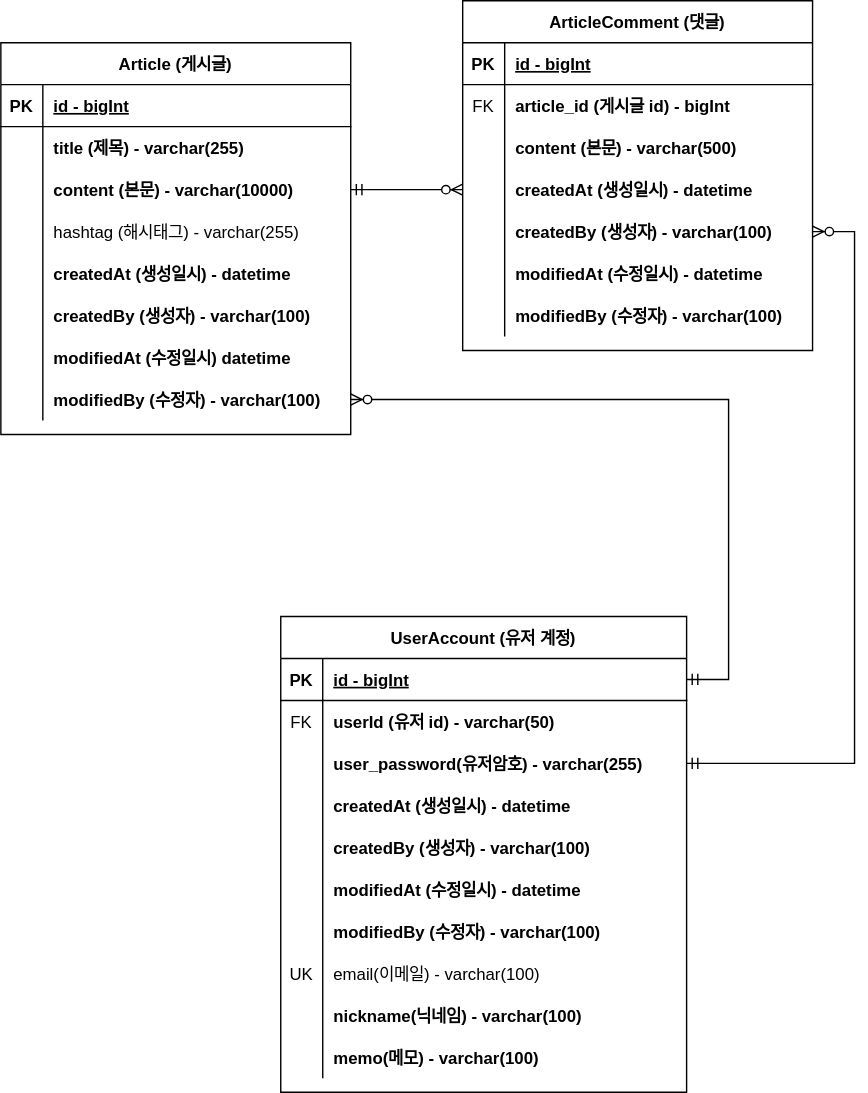
kangdaelyeol/fc-project keeps this draw.io diagram as document/project-board-erd.drawio.svg. Above is the earlier version. Source tidied: cells renumbered, new cells last; positions are measured from the earlier drawing's top-left corner, leaving out a move shared by most shapes.
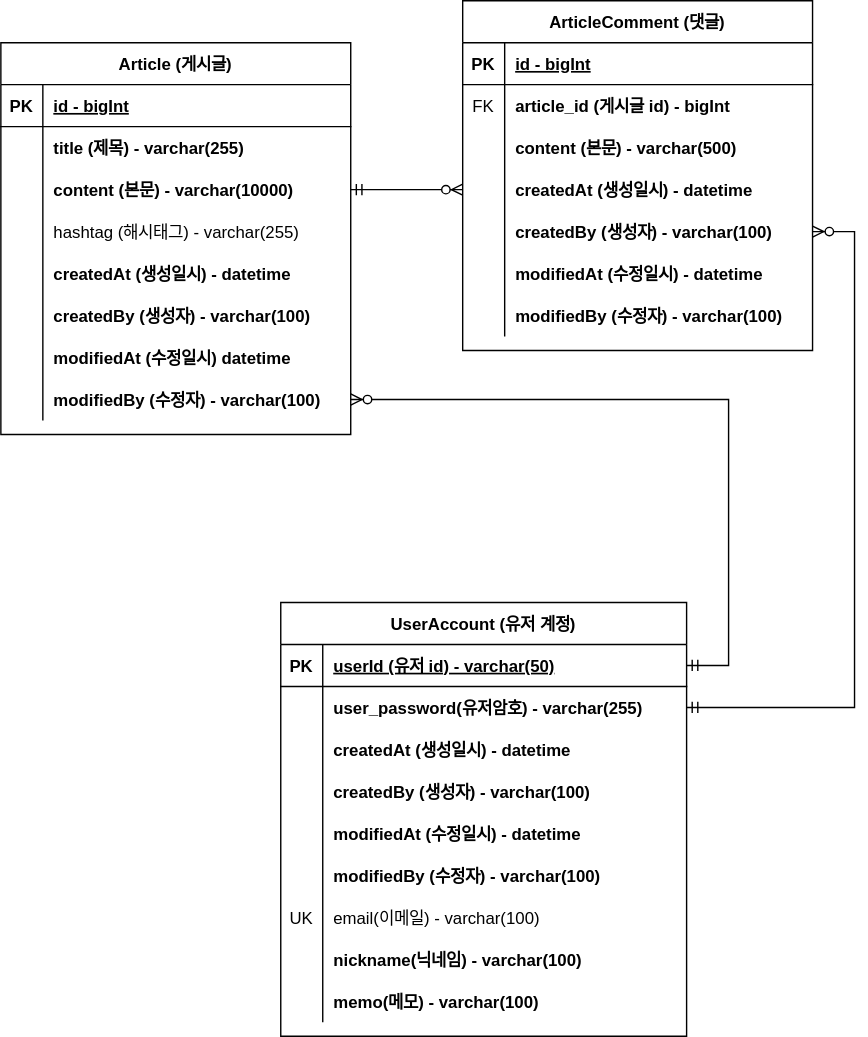
Above is the later version.

Commit message:
#37 - ERD 문서 수정: 회원 계정 user_id를 PK로 변경

What changed in the source:
```diff
@@ -146,8 +146,23 @@
     <mxCell id="49" style="edgeStyle=entityRelationEdgeStyle;fontSize=12;html=1;endArrow=ERzeroToMany;startArrow=ERmandOne;rounded=0;exitX=1;exitY=0.5;exitDx=0;exitDy=0;entryX=0;entryY=0.5;entryDx=0;entryDy=0;" parent="1" edge="1" source="31" target="12">
       <mxGeometry relative="1" as="geometry" />
     </mxCell>
+    <mxCell id="81" style="edgeStyle=entityRelationEdgeStyle;fontSize=12;html=1;endArrow=ERzeroToMany;startArrow=ERmandOne;rounded=0;" parent="1" edge="1" source="51" target="46">
+      <mxGeometry relative="1" as="geometry" />
+    </mxCell>
+    <mxCell id="82" style="edgeStyle=entityRelationEdgeStyle;fontSize=12;html=1;endArrow=ERzeroToMany;startArrow=ERmandOne;rounded=0;" parent="1" edge="1" source="57" target="15">
+      <mxGeometry relative="1" as="geometry">
+        <Array as="points">
+          <mxPoint x="270" y="330" />
+          <mxPoint x="160" y="450" />
+          <mxPoint x="280" y="330" />
+          <mxPoint x="290" y="250" />
+          <mxPoint x="280" y="240" />
+          <mxPoint x="270" y="170" />
+        </Array>
+      </mxGeometry>
+    </mxCell>
     <mxCell id="50" value="UserAccount (유저 계정)" style="shape=table;startSize=30;rowLines=0;fontStyle=1;align=center;" parent="1" vertex="1">
-      <mxGeometry x="200" y="440" width="290" height="340" as="geometry" />
+      <mxGeometry x="200" y="430" width="290" height="310" as="geometry" />
     </mxCell>
     <mxCell id="51" style="shape=partialRectangle;fillColor=none;points=[[0,0.5],[1,0.5]];portConstraint=eastwest;top=0;left=0;right=0;bottom=1;" parent="50" vertex="1">
       <mxGeometry y="30" width="290" height="30" as="geometry" />
@@ -155,20 +170,11 @@
     <mxCell id="52" value="PK" style="shape=partialRectangle;overflow=hidden;fillColor=none;top=0;left=0;bottom=0;right=0;fontStyle=1;" parent="51" vertex="1">
       <mxGeometry width="30" height="30" as="geometry" />
     </mxCell>
-    <mxCell id="53" value="id - bigInt" style="shape=partialRectangle;overflow=hidden;fillColor=none;top=0;left=0;bottom=0;right=0;align=left;spacingLeft=6;fontStyle=5;" parent="51" vertex="1">
+    <mxCell id="53" value="userId (유저 id) - varchar(50)" style="shape=partialRectangle;overflow=hidden;fillColor=none;top=0;left=0;bottom=0;right=0;align=left;spacingLeft=6;fontStyle=5;" parent="51" vertex="1">
       <mxGeometry x="30" width="260" height="30" as="geometry" />
     </mxCell>
-    <mxCell id="54" style="shape=partialRectangle;fillColor=none;top=0;left=0;right=0;bottom=0;" parent="50" vertex="1">
-      <mxGeometry y="60" width="290" height="30" as="geometry" />
-    </mxCell>
-    <mxCell id="55" value="FK" style="shape=partialRectangle;overflow=hidden;fillColor=none;top=0;left=0;bottom=0;right=0;" parent="54" vertex="1">
-      <mxGeometry width="30" height="30" as="geometry" />
-    </mxCell>
-    <mxCell id="56" value="userId (유저 id) - varchar(50)" style="shape=partialRectangle;overflow=hidden;fillColor=none;top=0;left=0;bottom=0;right=0;align=left;spacingLeft=6;fontStyle=1;" parent="54" vertex="1">
-      <mxGeometry x="30" width="260" height="30" as="geometry" />
-    </mxCell>
     <mxCell id="57" style="shape=partialRectangle;fillColor=none;points=[[0,0.5],[1,0.5]];portConstraint=eastwest;top=0;left=0;right=0;bottom=0;" parent="50" vertex="1">
-      <mxGeometry y="90" width="290" height="30" as="geometry" />
+      <mxGeometry y="60" width="290" height="30" as="geometry" />
     </mxCell>
     <mxCell id="58" style="shape=partialRectangle;overflow=hidden;fillColor=none;top=0;left=0;bottom=0;right=0;" parent="57" vertex="1">
       <mxGeometry width="30" height="30" as="geometry" />
@@ -177,7 +183,7 @@
       <mxGeometry x="30" width="260" height="30" as="geometry" />
     </mxCell>
     <mxCell id="60" style="shape=partialRectangle;fillColor=none;top=0;left=0;right=0;bottom=0;" parent="50" vertex="1">
-      <mxGeometry y="120" width="290" height="30" as="geometry" />
+      <mxGeometry y="90" width="290" height="30" as="geometry" />
     </mxCell>
     <mxCell id="61" style="shape=partialRectangle;overflow=hidden;fillColor=none;top=0;left=0;bottom=0;right=0;" parent="60" vertex="1">
       <mxGeometry width="30" height="30" as="geometry" />
@@ -186,7 +192,7 @@
       <mxGeometry x="30" width="260" height="30" as="geometry" />
     </mxCell>
     <mxCell id="63" style="shape=partialRectangle;fillColor=none;top=0;left=0;right=0;bottom=0;" parent="50" vertex="1">
-      <mxGeometry y="150" width="290" height="30" as="geometry" />
+      <mxGeometry y="120" width="290" height="30" as="geometry" />
     </mxCell>
     <mxCell id="64" style="shape=partialRectangle;overflow=hidden;fillColor=none;top=0;left=0;bottom=0;right=0;" parent="63" vertex="1">
       <mxGeometry width="30" height="30" as="geometry" />
@@ -195,7 +201,7 @@
       <mxGeometry x="30" width="260" height="30" as="geometry" />
     </mxCell>
     <mxCell id="66" style="shape=partialRectangle;fillColor=none;top=0;left=0;right=0;bottom=0;" parent="50" vertex="1">
-      <mxGeometry y="180" width="290" height="30" as="geometry" />
+      <mxGeometry y="150" width="290" height="30" as="geometry" />
     </mxCell>
     <mxCell id="67" style="shape=partialRectangle;overflow=hidden;fillColor=none;top=0;left=0;bottom=0;right=0;" parent="66" vertex="1">
       <mxGeometry width="30" height="30" as="geometry" />
@@ -204,7 +210,7 @@
       <mxGeometry x="30" width="260" height="30" as="geometry" />
     </mxCell>
     <mxCell id="69" style="shape=partialRectangle;fillColor=none;top=0;left=0;right=0;bottom=0;" parent="50" vertex="1">
-      <mxGeometry y="210" width="290" height="30" as="geometry" />
+      <mxGeometry y="180" width="290" height="30" as="geometry" />
     </mxCell>
     <mxCell id="70" style="shape=partialRectangle;overflow=hidden;fillColor=none;top=0;left=0;bottom=0;right=0;" parent="69" vertex="1">
       <mxGeometry width="30" height="30" as="geometry" />
@@ -213,7 +219,7 @@
       <mxGeometry x="30" width="260" height="30" as="geometry" />
     </mxCell>
     <mxCell id="72" style="shape=partialRectangle;fillColor=none;top=0;left=0;right=0;bottom=0;" parent="50" vertex="1">
-      <mxGeometry y="240" width="290" height="30" as="geometry" />
+      <mxGeometry y="210" width="290" height="30" as="geometry" />
     </mxCell>
     <mxCell id="73" value="UK" style="shape=partialRectangle;overflow=hidden;fillColor=none;top=0;left=0;bottom=0;right=0;" parent="72" vertex="1">
       <mxGeometry width="30" height="30" as="geometry" />
@@ -222,7 +228,7 @@
       <mxGeometry x="30" width="260" height="30" as="geometry" />
     </mxCell>
     <mxCell id="75" style="shape=partialRectangle;fillColor=none;top=0;left=0;right=0;bottom=0;" parent="50" vertex="1">
-      <mxGeometry y="270" width="290" height="30" as="geometry" />
+      <mxGeometry y="240" width="290" height="30" as="geometry" />
     </mxCell>
     <mxCell id="76" style="shape=partialRectangle;overflow=hidden;fillColor=none;top=0;left=0;bottom=0;right=0;" parent="75" vertex="1">
       <mxGeometry width="30" height="30" as="geometry" />
@@ -231,7 +237,7 @@
       <mxGeometry x="30" width="260" height="30" as="geometry" />
     </mxCell>
     <mxCell id="78" style="shape=partialRectangle;fillColor=none;top=0;left=0;right=0;bottom=0;" parent="50" vertex="1">
-      <mxGeometry y="300" width="290" height="30" as="geometry" />
+      <mxGeometry y="270" width="290" height="30" as="geometry" />
     </mxCell>
     <mxCell id="79" style="shape=partialRectangle;overflow=hidden;fillColor=none;top=0;left=0;bottom=0;right=0;" parent="78" vertex="1">
       <mxGeometry width="30" height="30" as="geometry" />
@@ -239,20 +245,5 @@
     <mxCell id="80" value="memo(메모) - varchar(100)" style="shape=partialRectangle;overflow=hidden;fillColor=none;top=0;left=0;bottom=0;right=0;align=left;spacingLeft=6;fontStyle=1;" parent="78" vertex="1">
       <mxGeometry x="30" width="260" height="30" as="geometry" />
     </mxCell>
-    <mxCell id="81" style="edgeStyle=entityRelationEdgeStyle;fontSize=12;html=1;endArrow=ERzeroToMany;startArrow=ERmandOne;rounded=0;" parent="1" edge="1" source="51" target="46">
-      <mxGeometry relative="1" as="geometry" />
-    </mxCell>
-    <mxCell id="82" style="edgeStyle=entityRelationEdgeStyle;fontSize=12;html=1;endArrow=ERzeroToMany;startArrow=ERmandOne;rounded=0;" parent="1" edge="1" source="57" target="15">
-      <mxGeometry relative="1" as="geometry">
-        <Array as="points">
-          <mxPoint x="270" y="330" />
-          <mxPoint x="160" y="450" />
-          <mxPoint x="280" y="330" />
-          <mxPoint x="290" y="250" />
-          <mxPoint x="280" y="240" />
-          <mxPoint x="270" y="170" />
-        </Array>
-      </mxGeometry>
-    </mxCell>
   </root>
 </mxGraphModel>
```
